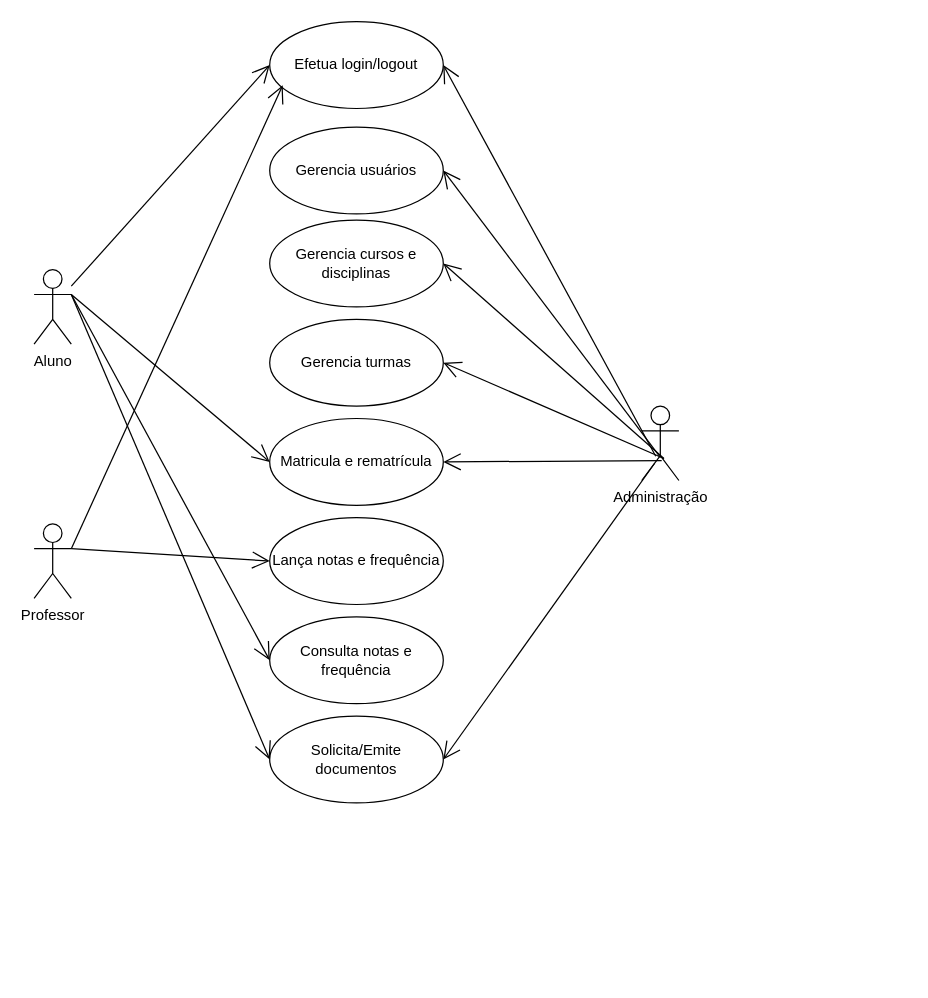
Earlier version of the draw.io diagram eng_software/diagrama_caso_de_uso.drawio (unHappyDev/PIF). Source tidied: cells renumbered, new cells numbered last; positions are measured from the earlier drawing's top-left corner, leaving out a move shared by most shapes. Both pictures are drawn from the tidied source at 124%, with x=0, y=0 at pixel (33, 21).
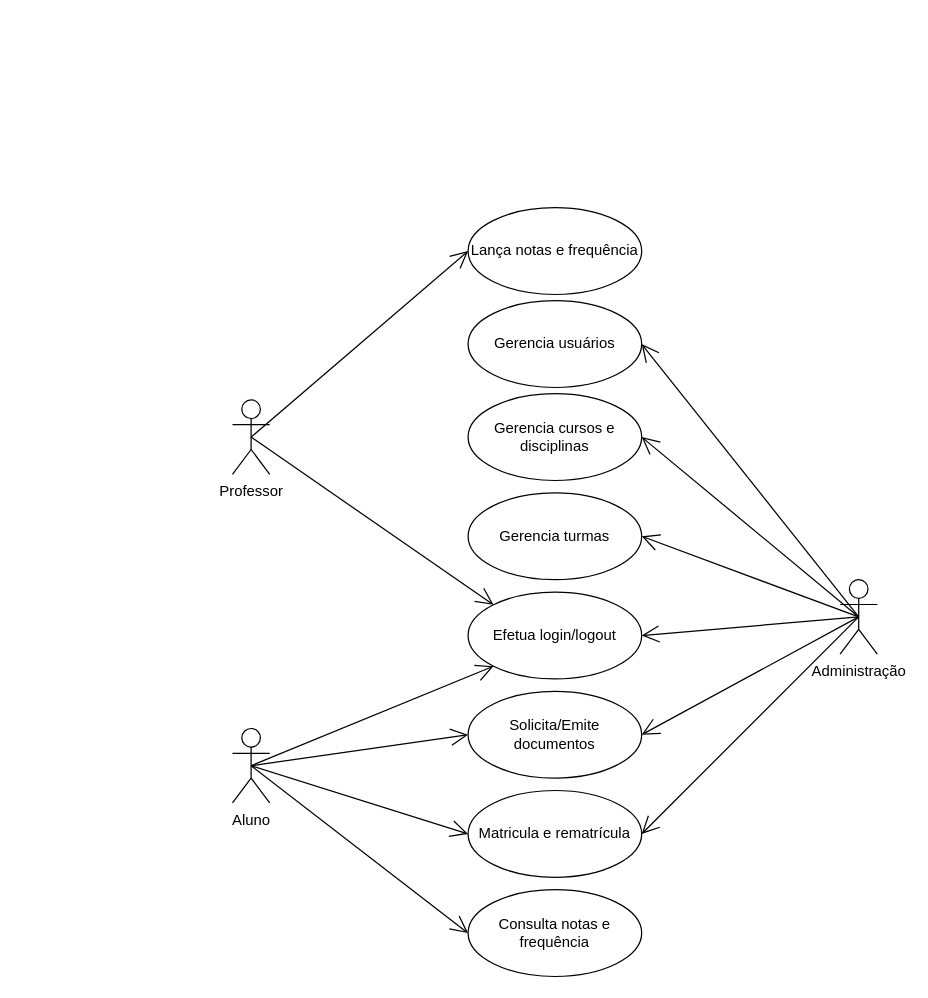
After the change.

What changed in the source:
```diff
@@
     <mxCell id="2" value="Aluno" style="shape=umlActor;verticalLabelPosition=bottom;verticalAlign=top;html=1;" parent="1" vertex="1">
-      <mxGeometry y="200" width="30" height="60" as="geometry" />
+      <mxGeometry x="160" y="570" width="30" height="60" as="geometry" />
     </mxCell>
     <mxCell id="3" value="Administração" style="shape=umlActor;verticalLabelPosition=bottom;verticalAlign=top;html=1;" parent="1" vertex="1">
-      <mxGeometry x="490" y="310" width="30" height="60" as="geometry" />
+      <mxGeometry x="650" y="450" width="30" height="60" as="geometry" />
     </mxCell>
     <mxCell id="4" value="Professor" style="shape=umlActor;verticalLabelPosition=bottom;verticalAlign=top;html=1;" parent="1" vertex="1">
-      <mxGeometry y="405" width="30" height="60" as="geometry" />
+      <mxGeometry x="160" y="305" width="30" height="60" as="geometry" />
     </mxCell>
     <mxCell id="5" value="Gerencia usuários" style="ellipse;whiteSpace=wrap;html=1;" parent="1" vertex="1">
-      <mxGeometry x="190" y="85" width="140" height="70" as="geometry" />
+      <mxGeometry x="350" y="225" width="140" height="70" as="geometry" />
     </mxCell>
     <mxCell id="6" value="Gerencia cursos e disciplinas" style="ellipse;whiteSpace=wrap;html=1;" parent="1" vertex="1">
-      <mxGeometry x="190" y="160" width="140" height="70" as="geometry" />
+      <mxGeometry x="350" y="300" width="140" height="70" as="geometry" />
     </mxCell>
     <mxCell id="7" value="Gerencia turmas" style="ellipse;whiteSpace=wrap;html=1;" parent="1" vertex="1">
-      <mxGeometry x="190" y="240" width="140" height="70" as="geometry" />
+      <mxGeometry x="350" y="380" width="140" height="70" as="geometry" />
     </mxCell>
     <mxCell id="8" value="Matricula e rematrícula" style="ellipse;whiteSpace=wrap;html=1;" parent="1" vertex="1">
-      <mxGeometry x="190" y="320" width="140" height="70" as="geometry" />
+      <mxGeometry x="350" y="620" width="140" height="70" as="geometry" />
     </mxCell>
     <mxCell id="9" value="Lança notas e frequência" style="ellipse;whiteSpace=wrap;html=1;" parent="1" vertex="1">
-      <mxGeometry x="190" y="400" width="140" height="70" as="geometry" />
+      <mxGeometry x="350" y="150" width="140" height="70" as="geometry" />
     </mxCell>
     <mxCell id="10" value="Consulta notas e frequência" style="ellipse;whiteSpace=wrap;html=1;" parent="1" vertex="1">
-      <mxGeometry x="190" y="480" width="140" height="70" as="geometry" />
+      <mxGeometry x="350" y="700" width="140" height="70" as="geometry" />
     </mxCell>
     <mxCell id="11" value="Efetua login/logout" style="ellipse;whiteSpace=wrap;html=1;" parent="1" vertex="1">
-      <mxGeometry x="190" width="140" height="70" as="geometry" />
+      <mxGeometry x="350" y="460" width="140" height="70" as="geometry" />
     </mxCell>
-    <mxCell id="12" style="endArrow=open;endFill=1;endSize=12;html=1;entryX=0;entryY=0.5;entryDx=0;entryDy=0;" parent="1" edge="1" source="2" target="11">
+    <mxCell id="12" style="endArrow=open;endFill=1;endSize=12;html=1;entryX=0;entryY=1;entryDx=0;entryDy=0;exitX=0.5;exitY=0.5;exitDx=0;exitDy=0;exitPerimeter=0;" parent="1" edge="1" source="2" target="11">
       <mxGeometry relative="1" as="geometry" />
     </mxCell>
-    <mxCell id="13" style="endArrow=open;endFill=1;endSize=12;html=1;entryX=0.075;entryY=0.733;entryDx=0;entryDy=0;entryPerimeter=0;exitX=1;exitY=0.3333333333333333;exitDx=0;exitDy=0;exitPerimeter=0;" parent="1" edge="1" source="4" target="11">
+    <mxCell id="13" style="endArrow=open;endFill=1;endSize=12;html=1;entryX=0;entryY=0;entryDx=0;entryDy=0;exitX=0.5;exitY=0.5;exitDx=0;exitDy=0;exitPerimeter=0;" parent="1" edge="1" source="4" target="11">
       <mxGeometry relative="1" as="geometry" />
     </mxCell>
-    <mxCell id="14" style="endArrow=open;endFill=1;endSize=12;html=1;entryX=1;entryY=0.5;entryDx=0;entryDy=0;exitX=0.377;exitY=0.673;exitDx=0;exitDy=0;exitPerimeter=0;" parent="1" edge="1" source="3" target="11">
+    <mxCell id="14" style="endArrow=open;endFill=1;endSize=12;html=1;entryX=1;entryY=0.5;entryDx=0;entryDy=0;exitX=0.5;exitY=0.5;exitDx=0;exitDy=0;exitPerimeter=0;" parent="1" edge="1" source="3" target="11">
       <mxGeometry relative="1" as="geometry" />
     </mxCell>
-    <mxCell id="15" style="endArrow=open;endFill=1;endSize=12;html=1;entryX=1;entryY=0.5;entryDx=0;entryDy=0;exitX=0.503;exitY=0.688;exitDx=0;exitDy=0;exitPerimeter=0;" parent="1" edge="1" source="3" target="5">
+    <mxCell id="15" style="endArrow=open;endFill=1;endSize=12;html=1;entryX=1;entryY=0.5;entryDx=0;entryDy=0;exitX=0.5;exitY=0.5;exitDx=0;exitDy=0;exitPerimeter=0;" parent="1" edge="1" source="3" target="5">
       <mxGeometry relative="1" as="geometry" />
     </mxCell>
-    <mxCell id="16" style="endArrow=open;endFill=1;endSize=12;html=1;exitX=0.598;exitY=0.704;exitDx=0;exitDy=0;exitPerimeter=0;entryX=1;entryY=0.5;entryDx=0;entryDy=0;" parent="1" edge="1" source="3" target="6">
+    <mxCell id="16" style="endArrow=open;endFill=1;endSize=12;html=1;exitX=0.5;exitY=0.5;exitDx=0;exitDy=0;exitPerimeter=0;entryX=1;entryY=0.5;entryDx=0;entryDy=0;" parent="1" edge="1" source="3" target="6">
       <mxGeometry relative="1" as="geometry" />
     </mxCell>
-    <mxCell id="17" style="endArrow=open;endFill=1;endSize=12;html=1;exitX=0.598;exitY=0.704;exitDx=0;exitDy=0;exitPerimeter=0;entryX=1;entryY=0.5;entryDx=0;entryDy=0;" parent="1" edge="1" source="3" target="7">
+    <mxCell id="17" style="endArrow=open;endFill=1;endSize=12;html=1;exitX=0.5;exitY=0.5;exitDx=0;exitDy=0;exitPerimeter=0;entryX=1;entryY=0.5;entryDx=0;entryDy=0;" parent="1" edge="1" source="3" target="7">
       <mxGeometry relative="1" as="geometry" />
     </mxCell>
-    <mxCell id="18" style="endArrow=open;endFill=1;endSize=12;html=1;exitX=0.538;exitY=0.732;exitDx=0;exitDy=0;exitPerimeter=0;entryX=1;entryY=0.5;entryDx=0;entryDy=0;" parent="1" edge="1" source="3" target="8">
+    <mxCell id="18" style="endArrow=open;endFill=1;endSize=12;html=1;exitX=0.5;exitY=0.5;exitDx=0;exitDy=0;exitPerimeter=0;entryX=1;entryY=0.5;entryDx=0;entryDy=0;" parent="1" edge="1" source="3" target="8">
       <mxGeometry relative="1" as="geometry" />
     </mxCell>
-    <mxCell id="19" style="endArrow=open;endFill=1;endSize=12;html=1;exitX=1;exitY=0.3333333333333333;exitDx=0;exitDy=0;exitPerimeter=0;entryX=0;entryY=0.5;entryDx=0;entryDy=0;" parent="1" edge="1" source="4" target="9">
+    <mxCell id="19" style="endArrow=open;endFill=1;endSize=12;html=1;exitX=0.5;exitY=0.5;exitDx=0;exitDy=0;exitPerimeter=0;entryX=0;entryY=0.5;entryDx=0;entryDy=0;" parent="1" edge="1" source="4" target="9">
       <mxGeometry relative="1" as="geometry" />
     </mxCell>
-    <mxCell id="20" style="endArrow=open;endFill=1;endSize=12;html=1;exitX=1;exitY=0.3333333333333333;exitDx=0;exitDy=0;exitPerimeter=0;entryX=0;entryY=0.5;entryDx=0;entryDy=0;" parent="1" edge="1" source="2" target="8">
+    <mxCell id="20" style="endArrow=open;endFill=1;endSize=12;html=1;exitX=0.5;exitY=0.5;exitDx=0;exitDy=0;exitPerimeter=0;entryX=0;entryY=0.5;entryDx=0;entryDy=0;" parent="1" edge="1" source="2" target="8">
       <mxGeometry relative="1" as="geometry" />
     </mxCell>
-    <mxCell id="21" style="endArrow=open;endFill=1;endSize=12;html=1;exitX=1;exitY=0.3333333333333333;exitDx=0;exitDy=0;exitPerimeter=0;entryX=0;entryY=0.5;entryDx=0;entryDy=0;" parent="1" edge="1" source="2" target="10">
+    <mxCell id="21" style="endArrow=open;endFill=1;endSize=12;html=1;exitX=0.5;exitY=0.5;exitDx=0;exitDy=0;exitPerimeter=0;entryX=0;entryY=0.5;entryDx=0;entryDy=0;" parent="1" edge="1" source="2" target="10">
       <mxGeometry relative="1" as="geometry" />
     </mxCell>
     <mxCell id="22" value="Solicita/Emite documentos" style="ellipse;whiteSpace=wrap;html=1;" parent="1" vertex="1">
-      <mxGeometry x="190" y="560" width="140" height="70" as="geometry" />
+      <mxGeometry x="350" y="540" width="140" height="70" as="geometry" />
     </mxCell>
-    <mxCell id="23" style="endArrow=open;endFill=1;endSize=12;html=1;exitX=1;exitY=0.3333333333333333;exitDx=0;exitDy=0;exitPerimeter=0;entryX=0;entryY=0.5;entryDx=0;entryDy=0;" parent="1" edge="1" source="2" target="22">
+    <mxCell id="23" style="endArrow=open;endFill=1;endSize=12;html=1;entryX=0;entryY=0.5;entryDx=0;entryDy=0;exitX=0.5;exitY=0.5;exitDx=0;exitDy=0;exitPerimeter=0;" parent="1" edge="1" source="2" target="22">
       <mxGeometry relative="1" as="geometry" />
     </mxCell>
-    <mxCell id="24" style="endArrow=open;endFill=1;endSize=12;html=1;entryX=1;entryY=0.5;entryDx=0;entryDy=0;exitX=0.349;exitY=0.768;exitDx=0;exitDy=0;exitPerimeter=0;" parent="1" edge="1" source="3" target="22">
+    <mxCell id="24" style="endArrow=open;endFill=1;endSize=12;html=1;entryX=1;entryY=0.5;entryDx=0;entryDy=0;exitX=0.5;exitY=0.5;exitDx=0;exitDy=0;exitPerimeter=0;" parent="1" edge="1" source="3" target="22">
       <mxGeometry relative="1" as="geometry" />
     </mxCell>
```
